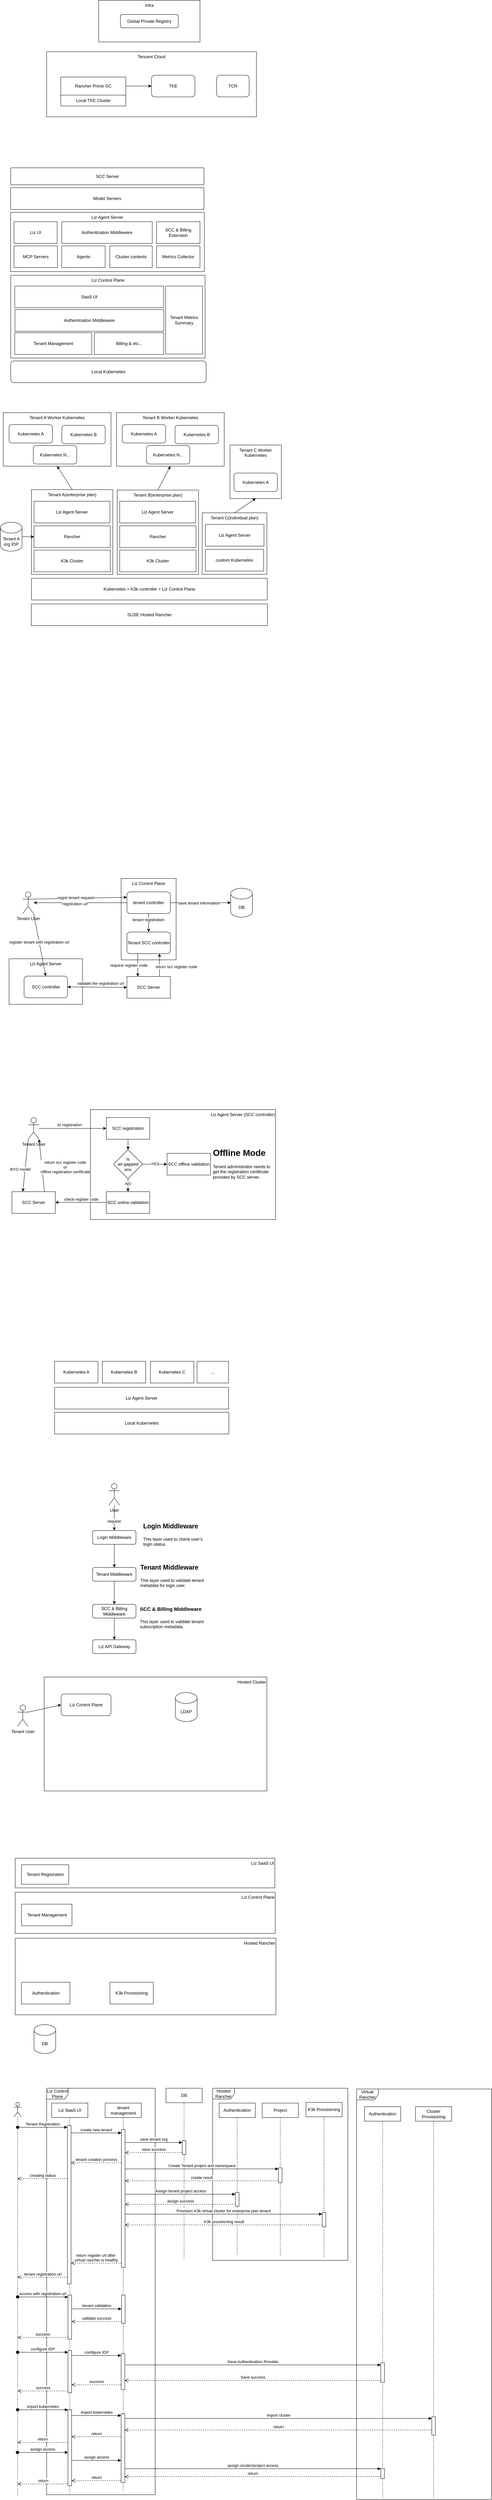
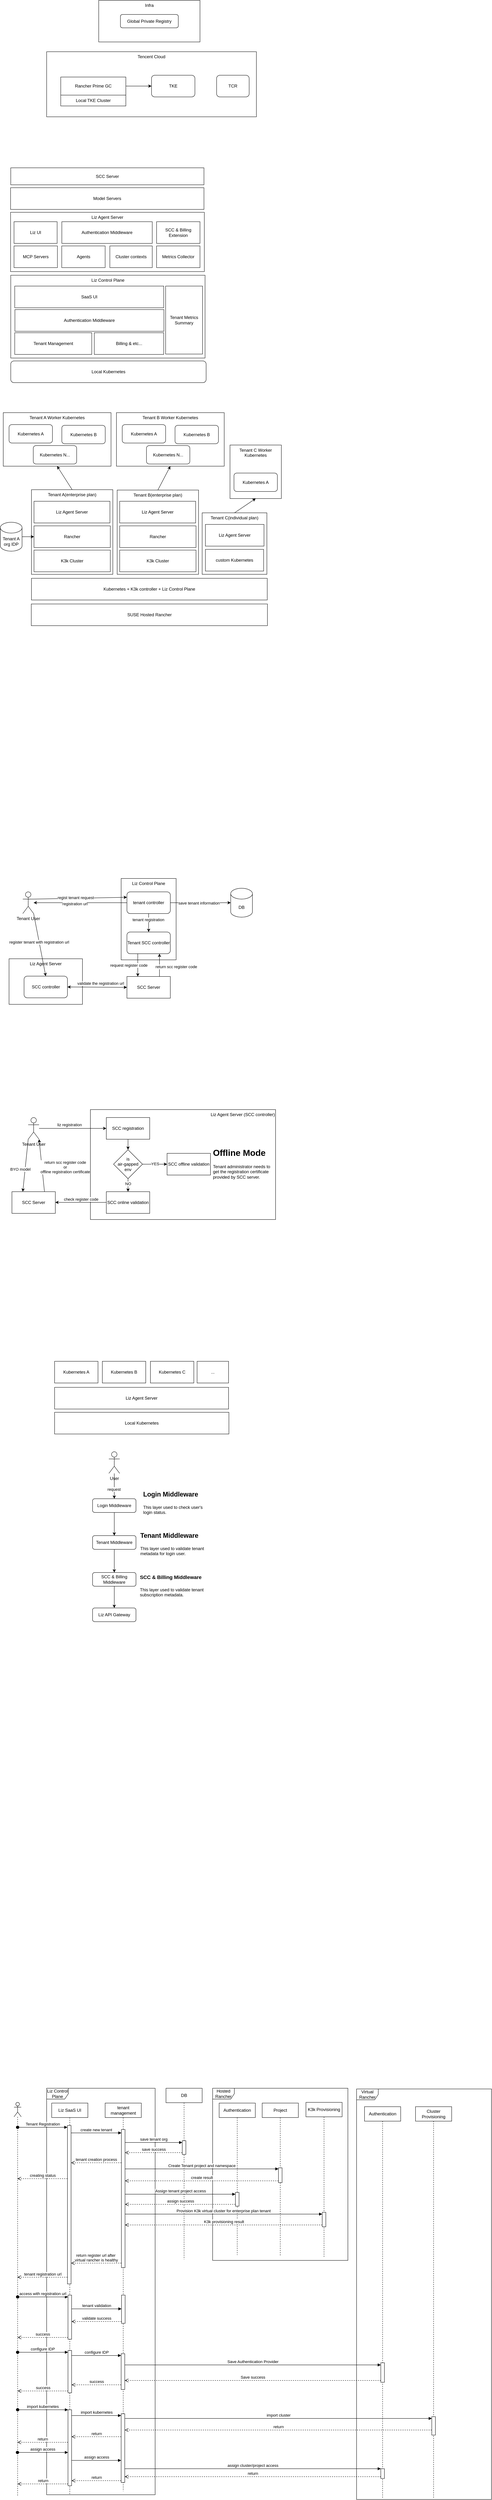
<mxfile host="app.diagrams.net">
  <diagram name="第 1 页" id="-o6fkq58jc32N0mm90GY">
    <mxGraphModel dx="1629" dy="993" grid="0" gridSize="10" guides="1" tooltips="1" connect="1" arrows="1" fold="1" page="1" pageScale="1" pageWidth="827" pageHeight="1169" math="0" shadow="0">
      <root>
        <mxCell id="0" />
        <mxCell id="1" parent="0" />
        <mxCell id="UOzjFvlssb82cC_UnOf5-128" parent="1" style="rounded=0;whiteSpace=wrap;html=1;verticalAlign=top;align=right;" value="Liz Agent Server (SCC controller)" vertex="1">
          <mxGeometry height="304" width="512" x="261" y="3155" as="geometry" />
        </mxCell>
        <mxCell id="UOzjFvlssb82cC_UnOf5-105" parent="1" style="rounded=0;whiteSpace=wrap;html=1;verticalAlign=top;" value="Liz Control Plane" vertex="1">
          <mxGeometry height="225" width="152" x="346" y="2516" as="geometry" />
        </mxCell>
        <mxCell id="UOzjFvlssb82cC_UnOf5-2" parent="1" style="rounded=0;whiteSpace=wrap;html=1;verticalAlign=top;" value="Liz Control Plane" vertex="1">
          <mxGeometry height="229" width="537.25" x="40.75" y="848" as="geometry" />
        </mxCell>
        <mxCell id="UOzjFvlssb82cC_UnOf5-28" parent="1" style="rounded=0;whiteSpace=wrap;html=1;verticalAlign=top;" value="Tenant A Worker Kubernetes" vertex="1">
          <mxGeometry height="148" width="298" x="20" y="1228" as="geometry" />
        </mxCell>
        <mxCell id="HVzKjzn857pLYwHyIbN3-3" parent="1" style="rounded=0;whiteSpace=wrap;html=1;verticalAlign=top;" value="Tencent Cloud" vertex="1">
          <mxGeometry height="180" width="580" x="140" y="230" as="geometry" />
        </mxCell>
        <mxCell id="HVzKjzn857pLYwHyIbN3-6" parent="1" style="rounded=0;whiteSpace=wrap;html=1;verticalAlign=top;" value="Infra" vertex="1">
          <mxGeometry height="115" width="280" x="284" y="88" as="geometry" />
        </mxCell>
        <mxCell id="HVzKjzn857pLYwHyIbN3-1" parent="1" style="rounded=0;whiteSpace=wrap;html=1;" value="Rancher Prime GC" vertex="1">
          <mxGeometry height="50" width="180" x="179" y="300" as="geometry" />
        </mxCell>
        <mxCell id="HVzKjzn857pLYwHyIbN3-2" parent="1" style="rounded=1;whiteSpace=wrap;html=1;" value="Global Private Registry" vertex="1">
          <mxGeometry height="37" width="160" x="344" y="127" as="geometry" />
        </mxCell>
        <mxCell id="HVzKjzn857pLYwHyIbN3-4" parent="1" style="rounded=1;whiteSpace=wrap;html=1;" value="TKE" vertex="1">
          <mxGeometry height="60" width="120" x="430" y="295" as="geometry" />
        </mxCell>
        <mxCell id="HVzKjzn857pLYwHyIbN3-5" parent="1" style="rounded=1;whiteSpace=wrap;html=1;" value="TCR" vertex="1">
          <mxGeometry height="60" width="90" x="610" y="295" as="geometry" />
        </mxCell>
        <mxCell id="HVzKjzn857pLYwHyIbN3-7" parent="1" style="rounded=0;whiteSpace=wrap;html=1;" value="Local TKE Cluster" vertex="1">
          <mxGeometry height="30" width="180" x="179" y="350" as="geometry" />
        </mxCell>
        <mxCell id="HVzKjzn857pLYwHyIbN3-10" edge="1" parent="1" source="HVzKjzn857pLYwHyIbN3-1" style="endArrow=classic;html=1;rounded=0;exitX=1;exitY=0.5;exitDx=0;exitDy=0;entryX=0;entryY=0.5;entryDx=0;entryDy=0;" target="HVzKjzn857pLYwHyIbN3-4" value="">
          <mxGeometry height="50" relative="1" width="50" as="geometry">
            <mxPoint x="320" y="330" as="sourcePoint" />
            <mxPoint x="370" y="280" as="targetPoint" />
          </mxGeometry>
        </mxCell>
        <mxCell id="UOzjFvlssb82cC_UnOf5-1" parent="1" style="rounded=0;whiteSpace=wrap;html=1;" value="SaaS UI" vertex="1">
          <mxGeometry height="60" width="412" x="51.75" y="878" as="geometry" />
        </mxCell>
        <mxCell id="UOzjFvlssb82cC_UnOf5-3" parent="1" style="rounded=0;whiteSpace=wrap;html=1;" value="Authentication Middleware" vertex="1">
          <mxGeometry height="60" width="412" x="52.25" y="943" as="geometry" />
        </mxCell>
        <mxCell id="UOzjFvlssb82cC_UnOf5-4" parent="1" style="rounded=1;whiteSpace=wrap;html=1;" value="Local Kubernetes" vertex="1">
          <mxGeometry height="60" width="540.25" x="40.75" y="1085" as="geometry" />
        </mxCell>
        <mxCell id="UOzjFvlssb82cC_UnOf5-13" parent="1" style="rounded=0;whiteSpace=wrap;html=1;" value="SUSE Hosted Rancher" vertex="1">
          <mxGeometry height="60" width="653" x="97.5" y="1757" as="geometry" />
        </mxCell>
        <mxCell id="UOzjFvlssb82cC_UnOf5-14" parent="1" style="rounded=0;whiteSpace=wrap;html=1;" value="Kubernetes + K3k controller + Liz Control Plane" vertex="1">
          <mxGeometry height="60" width="652" x="98" y="1686" as="geometry" />
        </mxCell>
        <mxCell id="UOzjFvlssb82cC_UnOf5-15" parent="1" style="rounded=0;whiteSpace=wrap;html=1;verticalAlign=top;" value="Tenant A(enterprise plan)" vertex="1">
          <mxGeometry height="234" width="225" x="98" y="1441" as="geometry" />
        </mxCell>
        <mxCell id="UOzjFvlssb82cC_UnOf5-16" parent="1" style="rounded=0;whiteSpace=wrap;html=1;" value="K3k Cluster" vertex="1">
          <mxGeometry height="60" width="211" x="105" y="1608" as="geometry" />
        </mxCell>
        <mxCell id="UOzjFvlssb82cC_UnOf5-17" parent="1" style="rounded=0;whiteSpace=wrap;html=1;" value="Rancher" vertex="1">
          <mxGeometry height="60" width="211" x="105" y="1541" as="geometry" />
        </mxCell>
        <mxCell id="UOzjFvlssb82cC_UnOf5-18" parent="1" style="rounded=0;whiteSpace=wrap;html=1;verticalAlign=top;" value="Tenant B(enterprise plan)" vertex="1">
          <mxGeometry height="233" width="225" x="335" y="1442" as="geometry" />
        </mxCell>
        <mxCell id="UOzjFvlssb82cC_UnOf5-19" parent="1" style="rounded=0;whiteSpace=wrap;html=1;" value="K3k Cluster" vertex="1">
          <mxGeometry height="60" width="211" x="342" y="1608" as="geometry" />
        </mxCell>
        <mxCell id="UOzjFvlssb82cC_UnOf5-20" parent="1" style="rounded=0;whiteSpace=wrap;html=1;" value="Rancher" vertex="1">
          <mxGeometry height="60" width="211" x="342" y="1541" as="geometry" />
        </mxCell>
        <mxCell id="UOzjFvlssb82cC_UnOf5-21" parent="1" style="rounded=0;whiteSpace=wrap;html=1;verticalAlign=top;" value="Tenant C(individual plan)" vertex="1">
          <mxGeometry height="170" width="179" x="570" y="1505" as="geometry" />
        </mxCell>
        <mxCell id="UOzjFvlssb82cC_UnOf5-22" parent="1" style="rounded=0;whiteSpace=wrap;html=1;" value="Liz Agent Server" vertex="1">
          <mxGeometry height="60" width="210" x="105" y="1473" as="geometry" />
        </mxCell>
        <mxCell id="UOzjFvlssb82cC_UnOf5-23" parent="1" style="rounded=0;whiteSpace=wrap;html=1;" value="Liz Agent Server" vertex="1">
          <mxGeometry height="60" width="210" x="342" y="1473" as="geometry" />
        </mxCell>
        <mxCell id="UOzjFvlssb82cC_UnOf5-24" parent="1" style="rounded=0;whiteSpace=wrap;html=1;" value="custom Kubernetes" vertex="1">
          <mxGeometry height="60" width="161" x="579" y="1606" as="geometry" />
        </mxCell>
        <mxCell id="UOzjFvlssb82cC_UnOf5-25" parent="1" style="rounded=0;whiteSpace=wrap;html=1;" value="Liz Agent Server" vertex="1">
          <mxGeometry height="60" width="162" x="579" y="1537" as="geometry" />
        </mxCell>
        <mxCell id="UOzjFvlssb82cC_UnOf5-26" parent="1" style="rounded=1;whiteSpace=wrap;html=1;" value="Kubernetes A" vertex="1">
          <mxGeometry height="51" width="120" x="36" y="1261" as="geometry" />
        </mxCell>
        <mxCell id="UOzjFvlssb82cC_UnOf5-27" parent="1" style="rounded=1;whiteSpace=wrap;html=1;" value="Kubernetes B" vertex="1">
          <mxGeometry height="51" width="120" x="182" y="1263" as="geometry" />
        </mxCell>
        <mxCell id="UOzjFvlssb82cC_UnOf5-29" parent="1" style="rounded=1;whiteSpace=wrap;html=1;" value="Kubernetes N..." vertex="1">
          <mxGeometry height="51" width="120" x="103" y="1319" as="geometry" />
        </mxCell>
        <mxCell id="UOzjFvlssb82cC_UnOf5-30" parent="1" style="rounded=0;whiteSpace=wrap;html=1;verticalAlign=top;" value="Tenant B Worker Kubernetes" vertex="1">
          <mxGeometry height="148" width="298" x="333" y="1228" as="geometry" />
        </mxCell>
        <mxCell id="UOzjFvlssb82cC_UnOf5-31" parent="1" style="rounded=1;whiteSpace=wrap;html=1;" value="Kubernetes A" vertex="1">
          <mxGeometry height="51" width="120" x="349" y="1261" as="geometry" />
        </mxCell>
        <mxCell id="UOzjFvlssb82cC_UnOf5-32" parent="1" style="rounded=1;whiteSpace=wrap;html=1;" value="Kubernetes B" vertex="1">
          <mxGeometry height="51" width="120" x="495" y="1263" as="geometry" />
        </mxCell>
        <mxCell id="UOzjFvlssb82cC_UnOf5-33" parent="1" style="rounded=1;whiteSpace=wrap;html=1;" value="Kubernetes N..." vertex="1">
          <mxGeometry height="51" width="120" x="416" y="1319" as="geometry" />
        </mxCell>
        <mxCell id="UOzjFvlssb82cC_UnOf5-34" parent="1" style="rounded=0;whiteSpace=wrap;html=1;verticalAlign=top;" value="Tenant C Worker Kubernetes" vertex="1">
          <mxGeometry height="148" width="142" x="647" y="1317.5" as="geometry" />
        </mxCell>
        <mxCell id="UOzjFvlssb82cC_UnOf5-35" parent="1" style="rounded=1;whiteSpace=wrap;html=1;" value="Kubernetes A" vertex="1">
          <mxGeometry height="51" width="120" x="658" y="1395" as="geometry" />
        </mxCell>
        <mxCell id="UOzjFvlssb82cC_UnOf5-36" parent="1" style="shape=cylinder3;whiteSpace=wrap;html=1;boundedLbl=1;backgroundOutline=1;size=15;" value="Tenant A org IDP" vertex="1">
          <mxGeometry height="80" width="60" x="12" y="1531" as="geometry" />
        </mxCell>
        <mxCell id="UOzjFvlssb82cC_UnOf5-37" edge="1" parent="1" source="UOzjFvlssb82cC_UnOf5-36" style="endArrow=classic;html=1;rounded=0;exitX=1;exitY=0.5;exitDx=0;exitDy=0;exitPerimeter=0;entryX=0;entryY=0.5;entryDx=0;entryDy=0;" target="UOzjFvlssb82cC_UnOf5-17" value="">
          <mxGeometry height="50" relative="1" width="50" as="geometry">
            <mxPoint x="84" y="1510" as="sourcePoint" />
            <mxPoint x="134" y="1460" as="targetPoint" />
          </mxGeometry>
        </mxCell>
        <mxCell id="UOzjFvlssb82cC_UnOf5-38" edge="1" parent="1" source="UOzjFvlssb82cC_UnOf5-15" style="endArrow=classic;html=1;rounded=0;exitX=0.5;exitY=0;exitDx=0;exitDy=0;entryX=0.5;entryY=1;entryDx=0;entryDy=0;" target="UOzjFvlssb82cC_UnOf5-28" value="">
          <mxGeometry height="50" relative="1" width="50" as="geometry">
            <mxPoint x="28" y="1479" as="sourcePoint" />
            <mxPoint x="78" y="1429" as="targetPoint" />
          </mxGeometry>
        </mxCell>
        <mxCell id="UOzjFvlssb82cC_UnOf5-39" edge="1" parent="1" source="UOzjFvlssb82cC_UnOf5-18" style="endArrow=classic;html=1;rounded=0;exitX=0.5;exitY=0;exitDx=0;exitDy=0;entryX=0.5;entryY=1;entryDx=0;entryDy=0;" target="UOzjFvlssb82cC_UnOf5-30" value="">
          <mxGeometry height="50" relative="1" width="50" as="geometry">
            <mxPoint x="444" y="1428" as="sourcePoint" />
            <mxPoint x="494" y="1378" as="targetPoint" />
          </mxGeometry>
        </mxCell>
        <mxCell id="UOzjFvlssb82cC_UnOf5-40" edge="1" parent="1" source="UOzjFvlssb82cC_UnOf5-21" style="endArrow=classic;html=1;rounded=0;exitX=0.5;exitY=0;exitDx=0;exitDy=0;entryX=0.5;entryY=1;entryDx=0;entryDy=0;" target="UOzjFvlssb82cC_UnOf5-34" value="">
          <mxGeometry height="50" relative="1" width="50" as="geometry">
            <mxPoint x="797" y="1561" as="sourcePoint" />
            <mxPoint x="847" y="1511" as="targetPoint" />
          </mxGeometry>
        </mxCell>
        <mxCell id="UOzjFvlssb82cC_UnOf5-45" parent="1" style="rounded=0;whiteSpace=wrap;html=1;" value="Tenant Management" vertex="1">
          <mxGeometry height="60" width="213" x="51.75" y="1007" as="geometry" />
        </mxCell>
        <mxCell id="UOzjFvlssb82cC_UnOf5-46" parent="1" style="rounded=0;whiteSpace=wrap;html=1;" value="Billing &amp;amp; etc..." vertex="1">
          <mxGeometry height="60" width="192" x="271.75" y="1007" as="geometry" />
        </mxCell>
        <mxCell id="UOzjFvlssb82cC_UnOf5-47" parent="1" style="rounded=0;whiteSpace=wrap;html=1;verticalAlign=top;" value="Liz Agent Server" vertex="1">
          <mxGeometry height="164" width="535.75" x="40.25" y="674" as="geometry" />
        </mxCell>
        <mxCell id="UOzjFvlssb82cC_UnOf5-48" parent="1" style="rounded=0;whiteSpace=wrap;html=1;" value="MCP Servers" vertex="1">
          <mxGeometry height="60" width="120" x="49.75" y="767" as="geometry" />
        </mxCell>
        <mxCell id="UOzjFvlssb82cC_UnOf5-49" parent="1" style="rounded=0;whiteSpace=wrap;html=1;" value="Agents" vertex="1">
          <mxGeometry height="60" width="120" x="181.75" y="767" as="geometry" />
        </mxCell>
        <mxCell id="UOzjFvlssb82cC_UnOf5-50" parent="1" style="rounded=0;whiteSpace=wrap;html=1;" value="Cluster contexts" vertex="1">
          <mxGeometry height="60" width="117.25" x="314.75" y="767" as="geometry" />
        </mxCell>
        <mxCell id="UOzjFvlssb82cC_UnOf5-51" parent="1" style="rounded=0;whiteSpace=wrap;html=1;" value="Model Servers" vertex="1">
          <mxGeometry height="60" width="534.75" x="40.25" y="606" as="geometry" />
        </mxCell>
        <mxCell id="UOzjFvlssb82cC_UnOf5-52" parent="1" style="rounded=0;whiteSpace=wrap;html=1;" value="Local Kubernetes" vertex="1">
          <mxGeometry height="60" width="482" x="162" y="3992" as="geometry" />
        </mxCell>
        <mxCell id="UOzjFvlssb82cC_UnOf5-54" parent="1" style="rounded=0;whiteSpace=wrap;html=1;" value="Liz Agent Server" vertex="1">
          <mxGeometry height="60" width="481" x="162" y="3923" as="geometry" />
        </mxCell>
        <mxCell id="UOzjFvlssb82cC_UnOf5-56" parent="1" style="rounded=0;whiteSpace=wrap;html=1;" value="Kubernetes A" vertex="1">
          <mxGeometry height="60" width="120" x="162" y="3851" as="geometry" />
        </mxCell>
        <mxCell id="UOzjFvlssb82cC_UnOf5-57" parent="1" style="rounded=0;whiteSpace=wrap;html=1;" value="Kubernetes B" vertex="1">
          <mxGeometry height="60" width="120" x="294" y="3851" as="geometry" />
        </mxCell>
        <mxCell id="UOzjFvlssb82cC_UnOf5-58" parent="1" style="rounded=0;whiteSpace=wrap;html=1;" value="Kubernetes C" vertex="1">
          <mxGeometry height="60" width="120" x="427" y="3851" as="geometry" />
        </mxCell>
        <mxCell id="UOzjFvlssb82cC_UnOf5-59" parent="1" style="rounded=0;whiteSpace=wrap;html=1;" value="..." vertex="1">
          <mxGeometry height="60" width="87" x="556" y="3851" as="geometry" />
        </mxCell>
        <mxCell id="UOzjFvlssb82cC_UnOf5-61" parent="1" style="shape=umlActor;verticalLabelPosition=bottom;verticalAlign=top;html=1;outlineConnect=0;" value="Tenant User" vertex="1">
          <mxGeometry height="60" width="30" x="74" y="2553" as="geometry" />
        </mxCell>
        <mxCell id="UOzjFvlssb82cC_UnOf5-63" parent="1" style="rounded=1;whiteSpace=wrap;html=1;" value="tenant controller" vertex="1">
          <mxGeometry height="60" width="120" x="362" y="2553" as="geometry" />
        </mxCell>
        <mxCell id="UOzjFvlssb82cC_UnOf5-64" parent="1" style="shape=cylinder3;whiteSpace=wrap;html=1;boundedLbl=1;backgroundOutline=1;size=15;" value="DB" vertex="1">
          <mxGeometry height="80" width="60" x="649" y="2543" as="geometry" />
        </mxCell>
        <mxCell id="UOzjFvlssb82cC_UnOf5-66" edge="1" parent="1" source="UOzjFvlssb82cC_UnOf5-61" style="endArrow=classic;html=1;rounded=0;exitX=1;exitY=0.3333333333333333;exitDx=0;exitDy=0;exitPerimeter=0;entryX=0;entryY=0.25;entryDx=0;entryDy=0;" target="UOzjFvlssb82cC_UnOf5-63" value="">
          <mxGeometry height="50" relative="1" width="50" as="geometry">
            <mxPoint x="136" y="2549" as="sourcePoint" />
            <mxPoint x="198" y="2568" as="targetPoint" />
          </mxGeometry>
        </mxCell>
        <mxCell id="UOzjFvlssb82cC_UnOf5-67" connectable="0" parent="UOzjFvlssb82cC_UnOf5-66" style="edgeLabel;html=1;align=center;verticalAlign=middle;resizable=0;points=[];" value="regist tenant request" vertex="1">
          <mxGeometry relative="1" x="-0.3372" y="3" as="geometry">
            <mxPoint x="30" as="offset" />
          </mxGeometry>
        </mxCell>
        <mxCell id="UOzjFvlssb82cC_UnOf5-69" edge="1" parent="1" source="UOzjFvlssb82cC_UnOf5-63" style="endArrow=classic;html=1;rounded=0;exitX=1;exitY=0.5;exitDx=0;exitDy=0;entryX=0;entryY=0.5;entryDx=0;entryDy=0;entryPerimeter=0;" target="UOzjFvlssb82cC_UnOf5-64" value="">
          <mxGeometry height="50" relative="1" width="50" as="geometry">
            <mxPoint x="608" y="2580" as="sourcePoint" />
            <mxPoint x="658" y="2530" as="targetPoint" />
          </mxGeometry>
        </mxCell>
        <mxCell id="UOzjFvlssb82cC_UnOf5-70" connectable="0" parent="UOzjFvlssb82cC_UnOf5-69" style="edgeLabel;html=1;align=center;verticalAlign=middle;resizable=0;points=[];" value="save tenant information" vertex="1">
          <mxGeometry relative="1" x="-0.2062" y="-1" as="geometry">
            <mxPoint x="12" as="offset" />
          </mxGeometry>
        </mxCell>
        <mxCell id="UOzjFvlssb82cC_UnOf5-76" edge="1" parent="1" source="UOzjFvlssb82cC_UnOf5-63" style="endArrow=classic;html=1;rounded=0;exitX=0;exitY=0.5;exitDx=0;exitDy=0;" target="UOzjFvlssb82cC_UnOf5-61" value="">
          <mxGeometry height="50" relative="1" width="50" as="geometry">
            <mxPoint x="198" y="2598" as="sourcePoint" />
            <mxPoint x="128" y="2681" as="targetPoint" />
          </mxGeometry>
        </mxCell>
        <mxCell id="UOzjFvlssb82cC_UnOf5-77" connectable="0" parent="UOzjFvlssb82cC_UnOf5-76" style="edgeLabel;html=1;align=center;verticalAlign=middle;resizable=0;points=[];" value="registration url" vertex="1">
          <mxGeometry relative="1" x="0.2269" y="2" as="geometry">
            <mxPoint x="14" y="1" as="offset" />
          </mxGeometry>
        </mxCell>
        <mxCell id="UOzjFvlssb82cC_UnOf5-78" parent="1" style="rounded=0;whiteSpace=wrap;html=1;verticalAlign=middle;" value="SCC Server" vertex="1">
          <mxGeometry height="47" width="534.25" x="40.75" y="551" as="geometry" />
        </mxCell>
        <mxCell id="UOzjFvlssb82cC_UnOf5-80" parent="1" style="rounded=0;whiteSpace=wrap;html=1;" value="Metrics Collector" vertex="1">
          <mxGeometry height="60" width="120" x="444" y="767" as="geometry" />
        </mxCell>
        <mxCell id="UOzjFvlssb82cC_UnOf5-81" parent="1" style="rounded=0;whiteSpace=wrap;html=1;" value="Tenant Metrics Summary" vertex="1">
          <mxGeometry height="188" width="102" x="469" y="878" as="geometry" />
        </mxCell>
        <mxCell id="UOzjFvlssb82cC_UnOf5-82" parent="1" style="rounded=0;whiteSpace=wrap;html=1;" value="Liz UI" vertex="1">
          <mxGeometry height="60" width="119.25" x="49.75" y="700" as="geometry" />
        </mxCell>
        <mxCell id="UOzjFvlssb82cC_UnOf5-83" parent="1" style="rounded=0;whiteSpace=wrap;html=1;" value="SCC &amp;amp; Billing Extension" vertex="1">
          <mxGeometry height="60" width="120" x="444" y="700" as="geometry" />
        </mxCell>
        <mxCell id="UOzjFvlssb82cC_UnOf5-85" parent="1" style="rounded=1;whiteSpace=wrap;html=1;" value="Tenant SCC controller" vertex="1">
          <mxGeometry height="60" width="120" x="362" y="2664" as="geometry" />
        </mxCell>
        <mxCell id="UOzjFvlssb82cC_UnOf5-86" edge="1" parent="1" source="UOzjFvlssb82cC_UnOf5-63" style="endArrow=classic;html=1;rounded=0;exitX=0.5;exitY=1;exitDx=0;exitDy=0;entryX=0.5;entryY=0;entryDx=0;entryDy=0;" target="UOzjFvlssb82cC_UnOf5-85" value="">
          <mxGeometry height="50" relative="1" width="50" as="geometry">
            <mxPoint x="523" y="2675" as="sourcePoint" />
            <mxPoint x="573" y="2625" as="targetPoint" />
          </mxGeometry>
        </mxCell>
        <mxCell id="UOzjFvlssb82cC_UnOf5-87" connectable="0" parent="UOzjFvlssb82cC_UnOf5-86" style="edgeLabel;html=1;align=center;verticalAlign=middle;resizable=0;points=[];" value="tenant registration" vertex="1">
          <mxGeometry relative="1" x="-0.3333" y="-1" as="geometry">
            <mxPoint as="offset" />
          </mxGeometry>
        </mxCell>
        <mxCell id="UOzjFvlssb82cC_UnOf5-88" parent="1" style="rounded=0;whiteSpace=wrap;html=1;" value="SCC Server" vertex="1">
          <mxGeometry height="60" width="120" x="362" y="2787" as="geometry" />
        </mxCell>
        <mxCell id="UOzjFvlssb82cC_UnOf5-89" edge="1" parent="1" source="UOzjFvlssb82cC_UnOf5-85" style="endArrow=classic;html=1;rounded=0;exitX=0.25;exitY=1;exitDx=0;exitDy=0;entryX=0.25;entryY=0;entryDx=0;entryDy=0;" target="UOzjFvlssb82cC_UnOf5-88" value="">
          <mxGeometry height="50" relative="1" width="50" as="geometry">
            <mxPoint x="516" y="2754" as="sourcePoint" />
            <mxPoint x="566" y="2704" as="targetPoint" />
          </mxGeometry>
        </mxCell>
        <mxCell id="UOzjFvlssb82cC_UnOf5-90" connectable="0" parent="UOzjFvlssb82cC_UnOf5-89" style="edgeLabel;html=1;align=center;verticalAlign=middle;resizable=0;points=[];" value="request register code" vertex="1">
          <mxGeometry relative="1" x="-0.2698" y="-1" as="geometry">
            <mxPoint x="-24" y="9" as="offset" />
          </mxGeometry>
        </mxCell>
        <mxCell id="UOzjFvlssb82cC_UnOf5-91" edge="1" parent="1" source="UOzjFvlssb82cC_UnOf5-88" style="endArrow=classic;html=1;rounded=0;exitX=0.75;exitY=0;exitDx=0;exitDy=0;entryX=0.75;entryY=1;entryDx=0;entryDy=0;" target="UOzjFvlssb82cC_UnOf5-85" value="">
          <mxGeometry height="50" relative="1" width="50" as="geometry">
            <mxPoint x="524" y="2781" as="sourcePoint" />
            <mxPoint x="574" y="2731" as="targetPoint" />
          </mxGeometry>
        </mxCell>
        <mxCell id="UOzjFvlssb82cC_UnOf5-92" connectable="0" parent="UOzjFvlssb82cC_UnOf5-91" style="edgeLabel;html=1;align=center;verticalAlign=middle;resizable=0;points=[];" value="return scc register code" vertex="1">
          <mxGeometry relative="1" x="-0.2381" y="-1" as="geometry">
            <mxPoint x="45" y="-3" as="offset" />
          </mxGeometry>
        </mxCell>
        <mxCell id="UOzjFvlssb82cC_UnOf5-102" edge="1" parent="1" source="UOzjFvlssb82cC_UnOf5-93" style="edgeStyle=orthogonalEdgeStyle;rounded=0;orthogonalLoop=1;jettySize=auto;html=1;entryX=0;entryY=0.5;entryDx=0;entryDy=0;" target="UOzjFvlssb82cC_UnOf5-104" value="">
          <mxGeometry relative="1" as="geometry">
            <mxPoint x="260" y="3207" as="targetPoint" />
          </mxGeometry>
        </mxCell>
        <mxCell id="UOzjFvlssb82cC_UnOf5-103" connectable="0" parent="UOzjFvlssb82cC_UnOf5-102" style="edgeLabel;html=1;align=center;verticalAlign=middle;resizable=0;points=[];" value="liz registration" vertex="1">
          <mxGeometry relative="1" x="-0.2547" y="-2" as="geometry">
            <mxPoint x="14" y="-12" as="offset" />
          </mxGeometry>
        </mxCell>
        <mxCell id="UOzjFvlssb82cC_UnOf5-93" parent="1" style="shape=umlActor;verticalLabelPosition=bottom;verticalAlign=top;html=1;outlineConnect=0;" value="Tenant User" vertex="1">
          <mxGeometry height="60" width="30" x="89" y="3177" as="geometry" />
        </mxCell>
        <mxCell id="UOzjFvlssb82cC_UnOf5-95" parent="1" style="rounded=0;whiteSpace=wrap;html=1;" value="SCC Server" vertex="1">
          <mxGeometry height="60" width="120" x="44" y="3382" as="geometry" />
        </mxCell>
        <mxCell id="UOzjFvlssb82cC_UnOf5-97" edge="1" parent="1" source="UOzjFvlssb82cC_UnOf5-93" style="endArrow=classic;html=1;rounded=0;exitX=0;exitY=1;exitDx=0;exitDy=0;exitPerimeter=0;entryX=0.25;entryY=0;entryDx=0;entryDy=0;" target="UOzjFvlssb82cC_UnOf5-95" value="">
          <mxGeometry height="50" relative="1" width="50" as="geometry">
            <mxPoint x="58" y="3332" as="sourcePoint" />
            <mxPoint x="108" y="3282" as="targetPoint" />
          </mxGeometry>
        </mxCell>
        <mxCell id="UOzjFvlssb82cC_UnOf5-98" connectable="0" parent="UOzjFvlssb82cC_UnOf5-97" style="edgeLabel;html=1;align=center;verticalAlign=middle;resizable=0;points=[];" value="BYO model" vertex="1">
          <mxGeometry relative="1" x="0.2041" y="-1" as="geometry">
            <mxPoint x="-12" y="-5" as="offset" />
          </mxGeometry>
        </mxCell>
        <mxCell id="UOzjFvlssb82cC_UnOf5-99" edge="1" parent="1" source="UOzjFvlssb82cC_UnOf5-95" style="endArrow=classic;html=1;rounded=0;exitX=0.75;exitY=0;exitDx=0;exitDy=0;entryX=1;entryY=1;entryDx=0;entryDy=0;entryPerimeter=0;" target="UOzjFvlssb82cC_UnOf5-93" value="">
          <mxGeometry height="50" relative="1" width="50" as="geometry">
            <mxPoint x="162" y="3352" as="sourcePoint" />
            <mxPoint x="212" y="3302" as="targetPoint" />
          </mxGeometry>
        </mxCell>
        <mxCell id="UOzjFvlssb82cC_UnOf5-100" connectable="0" parent="UOzjFvlssb82cC_UnOf5-99" style="edgeLabel;html=1;align=center;verticalAlign=middle;resizable=0;points=[];" value="return scc register code&lt;div&gt;or&lt;/div&gt;&lt;div&gt;offline registration certificate&lt;/div&gt;" vertex="1">
          <mxGeometry relative="1" x="0.1033" as="geometry">
            <mxPoint x="65" y="12" as="offset" />
          </mxGeometry>
        </mxCell>
        <mxCell id="UOzjFvlssb82cC_UnOf5-116" edge="1" parent="1" source="UOzjFvlssb82cC_UnOf5-104" style="edgeStyle=orthogonalEdgeStyle;rounded=0;orthogonalLoop=1;jettySize=auto;html=1;" target="UOzjFvlssb82cC_UnOf5-115" value="">
          <mxGeometry relative="1" as="geometry" />
        </mxCell>
        <mxCell id="UOzjFvlssb82cC_UnOf5-104" parent="1" style="rounded=0;whiteSpace=wrap;html=1;" value="SCC registration" vertex="1">
          <mxGeometry height="60" width="120" x="305" y="3177" as="geometry" />
        </mxCell>
        <mxCell id="UOzjFvlssb82cC_UnOf5-106" parent="1" style="rounded=0;whiteSpace=wrap;html=1;verticalAlign=top;" value="Liz Agent Server" vertex="1">
          <mxGeometry height="126" width="203" x="36" y="2738" as="geometry" />
        </mxCell>
        <mxCell id="UOzjFvlssb82cC_UnOf5-108" parent="1" style="rounded=1;whiteSpace=wrap;html=1;" value="SCC controller" vertex="1">
          <mxGeometry height="60" width="120" x="77.5" y="2786" as="geometry" />
        </mxCell>
        <mxCell id="UOzjFvlssb82cC_UnOf5-109" edge="1" parent="1" source="UOzjFvlssb82cC_UnOf5-61" style="endArrow=classic;html=1;rounded=0;exitX=1;exitY=1;exitDx=0;exitDy=0;exitPerimeter=0;entryX=0.5;entryY=0;entryDx=0;entryDy=0;" target="UOzjFvlssb82cC_UnOf5-108" value="">
          <mxGeometry height="50" relative="1" width="50" as="geometry">
            <mxPoint x="131" y="2702" as="sourcePoint" />
            <mxPoint x="181" y="2652" as="targetPoint" />
          </mxGeometry>
        </mxCell>
        <mxCell id="UOzjFvlssb82cC_UnOf5-110" connectable="0" parent="UOzjFvlssb82cC_UnOf5-109" style="edgeLabel;html=1;align=center;verticalAlign=middle;resizable=0;points=[];" value="register tenant with registration url" vertex="1">
          <mxGeometry relative="1" x="0.1109" y="-2" as="geometry">
            <mxPoint x="-2" y="-18" as="offset" />
          </mxGeometry>
        </mxCell>
        <mxCell id="UOzjFvlssb82cC_UnOf5-112" edge="1" parent="1" source="UOzjFvlssb82cC_UnOf5-108" style="endArrow=classic;startArrow=classic;html=1;rounded=0;exitX=1;exitY=0.5;exitDx=0;exitDy=0;entryX=0;entryY=0.5;entryDx=0;entryDy=0;" target="UOzjFvlssb82cC_UnOf5-88" value="">
          <mxGeometry height="50" relative="1" width="50" as="geometry">
            <mxPoint x="284" y="2828" as="sourcePoint" />
            <mxPoint x="334" y="2778" as="targetPoint" />
          </mxGeometry>
        </mxCell>
        <mxCell id="UOzjFvlssb82cC_UnOf5-113" connectable="0" parent="UOzjFvlssb82cC_UnOf5-112" style="edgeLabel;html=1;align=center;verticalAlign=middle;resizable=0;points=[];" value="validate the registration url" vertex="1">
          <mxGeometry relative="1" x="-0.0627" y="1" as="geometry">
            <mxPoint x="14" y="-10" as="offset" />
          </mxGeometry>
        </mxCell>
        <mxCell id="UOzjFvlssb82cC_UnOf5-120" edge="1" parent="1" source="UOzjFvlssb82cC_UnOf5-115" style="edgeStyle=orthogonalEdgeStyle;rounded=0;orthogonalLoop=1;jettySize=auto;html=1;" target="UOzjFvlssb82cC_UnOf5-119" value="">
          <mxGeometry relative="1" as="geometry" />
        </mxCell>
        <mxCell id="UOzjFvlssb82cC_UnOf5-121" connectable="0" parent="UOzjFvlssb82cC_UnOf5-120" style="edgeLabel;html=1;align=center;verticalAlign=middle;resizable=0;points=[];" value="NO" vertex="1">
          <mxGeometry relative="1" x="-0.3727" as="geometry">
            <mxPoint as="offset" />
          </mxGeometry>
        </mxCell>
        <mxCell id="UOzjFvlssb82cC_UnOf5-125" edge="1" parent="1" source="UOzjFvlssb82cC_UnOf5-115" style="edgeStyle=orthogonalEdgeStyle;rounded=0;orthogonalLoop=1;jettySize=auto;html=1;" target="UOzjFvlssb82cC_UnOf5-124" value="">
          <mxGeometry relative="1" as="geometry" />
        </mxCell>
        <mxCell id="UOzjFvlssb82cC_UnOf5-126" connectable="0" parent="UOzjFvlssb82cC_UnOf5-125" style="edgeLabel;html=1;align=center;verticalAlign=middle;resizable=0;points=[];" value="YES" vertex="1">
          <mxGeometry relative="1" x="0.0118" y="1" as="geometry">
            <mxPoint as="offset" />
          </mxGeometry>
        </mxCell>
        <mxCell id="UOzjFvlssb82cC_UnOf5-115" parent="1" style="rhombus;whiteSpace=wrap;html=1;" value="is&lt;div&gt;air-gapped&lt;/div&gt;&lt;div&gt;env&lt;/div&gt;" vertex="1">
          <mxGeometry height="80" width="80" x="325" y="3266" as="geometry" />
        </mxCell>
        <mxCell id="UOzjFvlssb82cC_UnOf5-119" parent="1" style="rounded=0;whiteSpace=wrap;html=1;" value="SCC online validation" vertex="1">
          <mxGeometry height="60" width="120" x="305" y="3382" as="geometry" />
        </mxCell>
        <mxCell id="UOzjFvlssb82cC_UnOf5-122" edge="1" parent="1" style="endArrow=classic;html=1;rounded=0;exitX=0;exitY=0.25;exitDx=0;exitDy=0;entryX=1;entryY=0.25;entryDx=0;entryDy=0;" value="">
          <mxGeometry height="50" relative="1" width="50" as="geometry">
            <mxPoint x="305" y="3411.6" as="sourcePoint" />
            <mxPoint x="164" y="3411.6" as="targetPoint" />
          </mxGeometry>
        </mxCell>
        <mxCell id="UOzjFvlssb82cC_UnOf5-123" connectable="0" parent="UOzjFvlssb82cC_UnOf5-122" style="edgeLabel;html=1;align=center;verticalAlign=middle;resizable=0;points=[];" value="check register code" vertex="1">
          <mxGeometry relative="1" x="0.1688" y="1" as="geometry">
            <mxPoint x="12" y="-10" as="offset" />
          </mxGeometry>
        </mxCell>
        <mxCell id="UOzjFvlssb82cC_UnOf5-124" parent="1" style="rounded=0;whiteSpace=wrap;html=1;" value="SCC offline validation" vertex="1">
          <mxGeometry height="60" width="120" x="473" y="3276" as="geometry" />
        </mxCell>
        <mxCell id="UOzjFvlssb82cC_UnOf5-127" parent="1" style="text;html=1;whiteSpace=wrap;overflow=hidden;rounded=0;" value="&lt;h1 style=&quot;margin-top: 0px;&quot;&gt;Offline Mode&lt;/h1&gt;&lt;p&gt;Tenant administrator needs to get the registration certificate provided by SCC server.&lt;/p&gt;" vertex="1">
          <mxGeometry height="120" width="180" x="598" y="3254" as="geometry" />
        </mxCell>
        <mxCell id="UOzjFvlssb82cC_UnOf5-129" parent="1" style="rounded=0;whiteSpace=wrap;html=1;" value="Authentication Middleware" vertex="1">
          <mxGeometry height="60" width="250" x="182" y="700" as="geometry" />
        </mxCell>
        <mxCell id="UOzjFvlssb82cC_UnOf5-137" edge="1" parent="1" source="UOzjFvlssb82cC_UnOf5-130" style="edgeStyle=orthogonalEdgeStyle;rounded=0;orthogonalLoop=1;jettySize=auto;html=1;" target="UOzjFvlssb82cC_UnOf5-132" value="">
          <mxGeometry relative="1" as="geometry" />
        </mxCell>
        <mxCell id="UOzjFvlssb82cC_UnOf5-130" parent="1" style="rounded=1;whiteSpace=wrap;html=1;" value="Login Middleware" vertex="1">
-           <mxGeometry height="38" width="120" x="267" y="4319" as="geometry" />
+           <mxGeometry height="38" width="120" x="267" y="4231" as="geometry" />
        </mxCell>
        <mxCell id="UOzjFvlssb82cC_UnOf5-134" edge="1" parent="1" source="UOzjFvlssb82cC_UnOf5-131" style="edgeStyle=orthogonalEdgeStyle;rounded=0;orthogonalLoop=1;jettySize=auto;html=1;" target="UOzjFvlssb82cC_UnOf5-130" value="">
          <mxGeometry relative="1" as="geometry" />
        </mxCell>
        <mxCell id="UOzjFvlssb82cC_UnOf5-135" connectable="0" parent="UOzjFvlssb82cC_UnOf5-134" style="edgeLabel;html=1;align=center;verticalAlign=middle;resizable=0;points=[];" value="request" vertex="1">
          <mxGeometry relative="1" x="0.2459" y="-1" as="geometry">
            <mxPoint as="offset" />
          </mxGeometry>
        </mxCell>
        <mxCell id="UOzjFvlssb82cC_UnOf5-131" parent="1" style="shape=umlActor;verticalLabelPosition=bottom;verticalAlign=top;html=1;outlineConnect=0;" value="User" vertex="1">
-           <mxGeometry height="60" width="30" x="312" y="4189" as="geometry" />
+           <mxGeometry height="60" width="30" x="312" y="4101" as="geometry" />
        </mxCell>
        <mxCell id="UOzjFvlssb82cC_UnOf5-138" edge="1" parent="1" source="UOzjFvlssb82cC_UnOf5-132" style="edgeStyle=orthogonalEdgeStyle;rounded=0;orthogonalLoop=1;jettySize=auto;html=1;" target="UOzjFvlssb82cC_UnOf5-133" value="">
          <mxGeometry relative="1" as="geometry" />
        </mxCell>
        <mxCell id="UOzjFvlssb82cC_UnOf5-132" parent="1" style="rounded=1;whiteSpace=wrap;html=1;" value="Tenant Middleware" vertex="1">
-           <mxGeometry height="38" width="120" x="267" y="4421" as="geometry" />
+           <mxGeometry height="38" width="120" x="267" y="4333" as="geometry" />
        </mxCell>
        <mxCell id="UOzjFvlssb82cC_UnOf5-143" edge="1" parent="1" source="UOzjFvlssb82cC_UnOf5-133" style="edgeStyle=orthogonalEdgeStyle;rounded=0;orthogonalLoop=1;jettySize=auto;html=1;" target="UOzjFvlssb82cC_UnOf5-142" value="">
          <mxGeometry relative="1" as="geometry" />
        </mxCell>
        <mxCell id="UOzjFvlssb82cC_UnOf5-133" parent="1" style="rounded=1;whiteSpace=wrap;html=1;" value="SCC &amp;amp; Billing Middleware" vertex="1">
-           <mxGeometry height="38" width="120" x="267" y="4523" as="geometry" />
+           <mxGeometry height="38" width="120" x="267" y="4435" as="geometry" />
        </mxCell>
        <mxCell id="UOzjFvlssb82cC_UnOf5-139" parent="1" style="text;html=1;whiteSpace=wrap;overflow=hidden;rounded=0;" value="&lt;h1 style=&quot;margin-top: 0px;&quot;&gt;&lt;font style=&quot;font-size: 18px;&quot;&gt;Login Middleware&lt;/font&gt;&lt;/h1&gt;&lt;p&gt;This layer used to check user&#39;s login status.&lt;/p&gt;" vertex="1">
-           <mxGeometry height="94" width="180" x="405" y="4284" as="geometry" />
+           <mxGeometry height="94" width="180" x="405" y="4196" as="geometry" />
        </mxCell>
        <mxCell id="UOzjFvlssb82cC_UnOf5-140" parent="1" style="text;html=1;whiteSpace=wrap;overflow=hidden;rounded=0;" value="&lt;h1 style=&quot;margin-top: 0px;&quot;&gt;&lt;font style=&quot;font-size: 18px;&quot;&gt;Tenant Middleware&lt;/font&gt;&lt;/h1&gt;&lt;p&gt;This layer used to validate tenant metadata for login user.&lt;/p&gt;" vertex="1">
-           <mxGeometry height="94" width="180" x="397" y="4398" as="geometry" />
+           <mxGeometry height="94" width="180" x="397" y="4310" as="geometry" />
        </mxCell>
        <mxCell id="UOzjFvlssb82cC_UnOf5-141" parent="1" style="text;html=1;whiteSpace=wrap;overflow=hidden;rounded=0;" value="&lt;h1 style=&quot;margin-top: 0px;&quot;&gt;&lt;font style=&quot;font-size: 14px;&quot;&gt;SCC &amp;amp; Billing Middleware&lt;/font&gt;&lt;/h1&gt;&lt;p&gt;This layer used to validate tenant subscription metadata.&lt;/p&gt;" vertex="1">
-           <mxGeometry height="94" width="180" x="396" y="4512" as="geometry" />
+           <mxGeometry height="94" width="180" x="396" y="4424" as="geometry" />
        </mxCell>
        <mxCell id="UOzjFvlssb82cC_UnOf5-142" parent="1" style="rounded=1;whiteSpace=wrap;html=1;" value="Liz API Gateway" vertex="1">
-           <mxGeometry height="38" width="120" x="267" y="4621" as="geometry" />
-         </mxCell>
-         <mxCell id="949HH_Kco8W6Jzlgtd_R-1" parent="1" style="rounded=0;whiteSpace=wrap;html=1;verticalAlign=top;align=right;" value="Hosted Cluster" vertex="1">
-           <mxGeometry height="315" width="616" x="133" y="4724" as="geometry" />
-         </mxCell>
-         <mxCell id="949HH_Kco8W6Jzlgtd_R-2" parent="1" style="shape=umlActor;verticalLabelPosition=bottom;verticalAlign=top;html=1;outlineConnect=0;" value="Tenant User" vertex="1">
-           <mxGeometry height="60" width="30" x="59" y="4801" as="geometry" />
-         </mxCell>
-         <mxCell id="949HH_Kco8W6Jzlgtd_R-3" parent="1" style="rounded=1;whiteSpace=wrap;html=1;" value="Liz Control Plane" vertex="1">
-           <mxGeometry height="60" width="138" x="180" y="4771" as="geometry" />
-         </mxCell>
-         <mxCell id="949HH_Kco8W6Jzlgtd_R-4" edge="1" parent="1" source="949HH_Kco8W6Jzlgtd_R-2" style="endArrow=classic;html=1;rounded=0;exitX=1;exitY=0.3333333333333333;exitDx=0;exitDy=0;exitPerimeter=0;entryX=0;entryY=0.5;entryDx=0;entryDy=0;" target="949HH_Kco8W6Jzlgtd_R-3" value="">
-           <mxGeometry height="50" relative="1" width="50" as="geometry">
-             <mxPoint x="147" y="4842" as="sourcePoint" />
-             <mxPoint x="197" y="4792" as="targetPoint" />
-           </mxGeometry>
-         </mxCell>
-         <mxCell id="949HH_Kco8W6Jzlgtd_R-5" parent="1" style="shape=cylinder3;whiteSpace=wrap;html=1;boundedLbl=1;backgroundOutline=1;size=15;" value="LDAP" vertex="1">
-           <mxGeometry height="80" width="60" x="496" y="4767" as="geometry" />
-         </mxCell>
-         <mxCell id="949HH_Kco8W6Jzlgtd_R-6" parent="1" style="rounded=0;whiteSpace=wrap;html=1;verticalAlign=top;align=right;" value="Hosted Rancher" vertex="1">
-           <mxGeometry height="212" width="721" x="53" y="5446" as="geometry" />
-         </mxCell>
-         <mxCell id="949HH_Kco8W6Jzlgtd_R-7" parent="1" style="rounded=0;whiteSpace=wrap;html=1;verticalAlign=top;align=right;" value="Liz Control Plane" vertex="1">
-           <mxGeometry height="114" width="719" x="53" y="5319" as="geometry" />
-         </mxCell>
-         <mxCell id="949HH_Kco8W6Jzlgtd_R-8" parent="1" style="rounded=0;whiteSpace=wrap;html=1;" value="Authentication" vertex="1">
-           <mxGeometry height="60" width="134" x="70.5" y="5568" as="geometry" />
-         </mxCell>
-         <mxCell id="949HH_Kco8W6Jzlgtd_R-9" parent="1" style="shape=cylinder3;whiteSpace=wrap;html=1;boundedLbl=1;backgroundOutline=1;size=15;" value="DB" vertex="1">
-           <mxGeometry height="80" width="60" x="105" y="5685" as="geometry" />
-         </mxCell>
-         <mxCell id="949HH_Kco8W6Jzlgtd_R-10" parent="1" style="rounded=0;whiteSpace=wrap;html=1;" value="K3k Provisioning" vertex="1">
-           <mxGeometry height="60" width="120" x="315" y="5568" as="geometry" />
-         </mxCell>
-         <mxCell id="949HH_Kco8W6Jzlgtd_R-11" parent="1" style="rounded=0;whiteSpace=wrap;html=1;" value="Tenant Management" vertex="1">
-           <mxGeometry height="60" width="139.5" x="70.5" y="5352" as="geometry" />
-         </mxCell>
-         <mxCell id="949HH_Kco8W6Jzlgtd_R-12" parent="1" style="rounded=0;whiteSpace=wrap;html=1;verticalAlign=top;align=right;" value="Liz SaaS UI" vertex="1">
-           <mxGeometry height="82" width="718" x="53" y="5225" as="geometry" />
-         </mxCell>
-         <mxCell id="949HH_Kco8W6Jzlgtd_R-13" parent="1" style="rounded=0;whiteSpace=wrap;html=1;" value="Tenant Registration" vertex="1">
-           <mxGeometry height="54" width="130.5" x="70.5" y="5243" as="geometry" />
+           <mxGeometry height="38" width="120" x="267" y="4533" as="geometry" />
        </mxCell>
        <mxCell id="949HH_Kco8W6Jzlgtd_R-15" parent="1" style="shape=umlLifeline;perimeter=lifelinePerimeter;whiteSpace=wrap;html=1;container=1;dropTarget=0;collapsible=0;recursiveResize=0;outlineConnect=0;portConstraint=eastwest;newEdgeStyle={&quot;curved&quot;:0,&quot;rounded&quot;:0};participant=umlActor;" value="" vertex="1">
          <mxGeometry height="1089" width="20" x="49.75" y="5900" as="geometry" />
        </mxCell>
        <mxCell id="949HH_Kco8W6Jzlgtd_R-16" parent="1" style="shape=umlLifeline;perimeter=lifelinePerimeter;whiteSpace=wrap;html=1;container=1;dropTarget=0;collapsible=0;recursiveResize=0;outlineConnect=0;portConstraint=eastwest;newEdgeStyle={&quot;curved&quot;:0,&quot;rounded&quot;:0};" value="Liz SaaS UI" vertex="1">
          <mxGeometry height="1081" width="100" x="154" y="5902" as="geometry" />
        </mxCell>
        <mxCell id="949HH_Kco8W6Jzlgtd_R-66" parent="949HH_Kco8W6Jzlgtd_R-16" style="html=1;points=[[0,0,0,0,5],[0,1,0,0,-5],[1,0,0,0,5],[1,1,0,0,-5]];perimeter=orthogonalPerimeter;outlineConnect=0;targetShapes=umlLifeline;portConstraint=eastwest;newEdgeStyle={&quot;curved&quot;:0,&quot;rounded&quot;:0};" value="" vertex="1">
          <mxGeometry height="210" width="10" x="45" y="848" as="geometry" />
        </mxCell>
        <mxCell id="949HH_Kco8W6Jzlgtd_R-17" parent="1" style="shape=umlFrame;whiteSpace=wrap;html=1;pointerEvents=0;" value="Liz Control Plane" vertex="1">
          <mxGeometry height="1124" width="300" x="140" y="5861" as="geometry" />
        </mxCell>
        <mxCell id="949HH_Kco8W6Jzlgtd_R-18" parent="1" style="shape=umlLifeline;perimeter=lifelinePerimeter;whiteSpace=wrap;html=1;container=1;dropTarget=0;collapsible=0;recursiveResize=0;outlineConnect=0;portConstraint=eastwest;newEdgeStyle={&quot;curved&quot;:0,&quot;rounded&quot;:0};" value="tenant management" vertex="1">
          <mxGeometry height="1073" width="100" x="301.75" y="5902" as="geometry" />
        </mxCell>
        <mxCell id="949HH_Kco8W6Jzlgtd_R-26" parent="949HH_Kco8W6Jzlgtd_R-18" style="html=1;points=[[0,0,0,0,5],[0,1,0,0,-5],[1,0,0,0,5],[1,1,0,0,-5]];perimeter=orthogonalPerimeter;outlineConnect=0;targetShapes=umlLifeline;portConstraint=eastwest;newEdgeStyle={&quot;curved&quot;:0,&quot;rounded&quot;:0};" value="" vertex="1">
          <mxGeometry height="382" width="10" x="45" y="73" as="geometry" />
        </mxCell>
        <mxCell id="949HH_Kco8W6Jzlgtd_R-51" parent="949HH_Kco8W6Jzlgtd_R-18" style="html=1;points=[[0,0,0,0,5],[0,1,0,0,-5],[1,0,0,0,5],[1,1,0,0,-5]];perimeter=orthogonalPerimeter;outlineConnect=0;targetShapes=umlLifeline;portConstraint=eastwest;newEdgeStyle={&quot;curved&quot;:0,&quot;rounded&quot;:0};" value="" vertex="1">
          <mxGeometry height="78" width="10" x="45.25" y="531" as="geometry" />
        </mxCell>
        <mxCell id="949HH_Kco8W6Jzlgtd_R-60" parent="949HH_Kco8W6Jzlgtd_R-18" style="html=1;points=[[0,0,0,0,5],[0,1,0,0,-5],[1,0,0,0,5],[1,1,0,0,-5]];perimeter=orthogonalPerimeter;outlineConnect=0;targetShapes=umlLifeline;portConstraint=eastwest;newEdgeStyle={&quot;curved&quot;:0,&quot;rounded&quot;:0};" value="" vertex="1">
          <mxGeometry height="99" width="10" x="44.25" y="693" as="geometry" />
        </mxCell>
        <mxCell id="949HH_Kco8W6Jzlgtd_R-68" parent="949HH_Kco8W6Jzlgtd_R-18" style="html=1;points=[[0,0,0,0,5],[0,1,0,0,-5],[1,0,0,0,5],[1,1,0,0,-5]];perimeter=orthogonalPerimeter;outlineConnect=0;targetShapes=umlLifeline;portConstraint=eastwest;newEdgeStyle={&quot;curved&quot;:0,&quot;rounded&quot;:0};" value="" vertex="1">
          <mxGeometry height="190" width="10" x="44.25" y="859" as="geometry" />
        </mxCell>
        <mxCell id="949HH_Kco8W6Jzlgtd_R-19" parent="1" style="shape=umlFrame;whiteSpace=wrap;html=1;pointerEvents=0;" value="Hosted Rancher" vertex="1">
          <mxGeometry height="476" width="374" x="599" y="5861" as="geometry" />
        </mxCell>
        <mxCell id="949HH_Kco8W6Jzlgtd_R-20" parent="1" style="shape=umlLifeline;perimeter=lifelinePerimeter;whiteSpace=wrap;html=1;container=1;dropTarget=0;collapsible=0;recursiveResize=0;outlineConnect=0;portConstraint=eastwest;newEdgeStyle={&quot;curved&quot;:0,&quot;rounded&quot;:0};" value="Authentication" vertex="1">
          <mxGeometry height="420" width="100" x="617" y="5902" as="geometry" />
        </mxCell>
        <mxCell id="949HH_Kco8W6Jzlgtd_R-36" parent="949HH_Kco8W6Jzlgtd_R-20" style="html=1;points=[[0,0,0,0,5],[0,1,0,0,-5],[1,0,0,0,5],[1,1,0,0,-5]];perimeter=orthogonalPerimeter;outlineConnect=0;targetShapes=umlLifeline;portConstraint=eastwest;newEdgeStyle={&quot;curved&quot;:0,&quot;rounded&quot;:0};" value="" vertex="1">
          <mxGeometry height="38" width="10" x="45" y="247" as="geometry" />
        </mxCell>
        <mxCell id="949HH_Kco8W6Jzlgtd_R-21" parent="1" style="shape=umlLifeline;perimeter=lifelinePerimeter;whiteSpace=wrap;html=1;container=1;dropTarget=0;collapsible=0;recursiveResize=0;outlineConnect=0;portConstraint=eastwest;newEdgeStyle={&quot;curved&quot;:0,&quot;rounded&quot;:0};" value="K3k Provisioning" vertex="1">
          <mxGeometry height="427" width="100" x="857" y="5900" as="geometry" />
        </mxCell>
        <mxCell id="949HH_Kco8W6Jzlgtd_R-39" parent="949HH_Kco8W6Jzlgtd_R-21" style="html=1;points=[[0,0,0,0,5],[0,1,0,0,-5],[1,0,0,0,5],[1,1,0,0,-5]];perimeter=orthogonalPerimeter;outlineConnect=0;targetShapes=umlLifeline;portConstraint=eastwest;newEdgeStyle={&quot;curved&quot;:0,&quot;rounded&quot;:0};" value="" vertex="1">
          <mxGeometry height="40" width="10" x="45" y="304" as="geometry" />
        </mxCell>
        <mxCell id="949HH_Kco8W6Jzlgtd_R-22" parent="1" style="html=1;points=[[0,0,0,0,5],[0,1,0,0,-5],[1,0,0,0,5],[1,1,0,0,-5]];perimeter=orthogonalPerimeter;outlineConnect=0;targetShapes=umlLifeline;portConstraint=eastwest;newEdgeStyle={&quot;curved&quot;:0,&quot;rounded&quot;:0};" value="" vertex="1">
          <mxGeometry height="438" width="10" x="197.5" y="5964" as="geometry" />
        </mxCell>
        <mxCell id="949HH_Kco8W6Jzlgtd_R-23" edge="1" parent="1" source="949HH_Kco8W6Jzlgtd_R-15" style="html=1;verticalAlign=bottom;startArrow=oval;endArrow=block;startSize=8;curved=0;rounded=0;entryX=0;entryY=0;entryDx=0;entryDy=5;" target="949HH_Kco8W6Jzlgtd_R-22" value="Tenant Registration">
          <mxGeometry relative="1" as="geometry">
            <mxPoint x="128" y="6013" as="sourcePoint" />
          </mxGeometry>
        </mxCell>
        <mxCell id="949HH_Kco8W6Jzlgtd_R-24" parent="1" style="shape=umlLifeline;perimeter=lifelinePerimeter;whiteSpace=wrap;html=1;container=1;dropTarget=0;collapsible=0;recursiveResize=0;outlineConnect=0;portConstraint=eastwest;newEdgeStyle={&quot;curved&quot;:0,&quot;rounded&quot;:0};" value="DB" vertex="1">
          <mxGeometry height="473" width="100" x="470" y="5861" as="geometry" />
        </mxCell>
        <mxCell id="949HH_Kco8W6Jzlgtd_R-28" parent="949HH_Kco8W6Jzlgtd_R-24" style="html=1;points=[[0,0,0,0,5],[0,1,0,0,-5],[1,0,0,0,5],[1,1,0,0,-5]];perimeter=orthogonalPerimeter;outlineConnect=0;targetShapes=umlLifeline;portConstraint=eastwest;newEdgeStyle={&quot;curved&quot;:0,&quot;rounded&quot;:0};" value="" vertex="1">
          <mxGeometry height="38" width="10" x="45" y="145" as="geometry" />
        </mxCell>
        <mxCell id="949HH_Kco8W6Jzlgtd_R-25" parent="1" style="shape=umlLifeline;perimeter=lifelinePerimeter;whiteSpace=wrap;html=1;container=1;dropTarget=0;collapsible=0;recursiveResize=0;outlineConnect=0;portConstraint=eastwest;newEdgeStyle={&quot;curved&quot;:0,&quot;rounded&quot;:0};" value="Project" vertex="1">
          <mxGeometry height="421" width="100" x="736" y="5902" as="geometry" />
        </mxCell>
        <mxCell id="949HH_Kco8W6Jzlgtd_R-33" parent="949HH_Kco8W6Jzlgtd_R-25" style="html=1;points=[[0,0,0,0,5],[0,1,0,0,-5],[1,0,0,0,5],[1,1,0,0,-5]];perimeter=orthogonalPerimeter;outlineConnect=0;targetShapes=umlLifeline;portConstraint=eastwest;newEdgeStyle={&quot;curved&quot;:0,&quot;rounded&quot;:0};" value="" vertex="1">
          <mxGeometry height="41" width="10" x="45" y="179" as="geometry" />
        </mxCell>
        <mxCell id="949HH_Kco8W6Jzlgtd_R-27" edge="1" parent="1" style="html=1;verticalAlign=bottom;endArrow=block;curved=0;rounded=0;" value="create new tenant">
          <mxGeometry relative="1" width="80" as="geometry">
            <mxPoint x="207.5" y="5984.5" as="sourcePoint" />
            <mxPoint x="346.75" y="5984.5" as="targetPoint" />
          </mxGeometry>
        </mxCell>
        <mxCell id="949HH_Kco8W6Jzlgtd_R-29" edge="1" parent="1" source="949HH_Kco8W6Jzlgtd_R-26" style="html=1;verticalAlign=bottom;endArrow=block;curved=0;rounded=0;entryX=0;entryY=0;entryDx=0;entryDy=5;entryPerimeter=0;" target="949HH_Kco8W6Jzlgtd_R-28" value="save tenant org">
          <mxGeometry relative="1" width="80" as="geometry">
            <mxPoint x="357" y="6022" as="sourcePoint" />
            <mxPoint x="437" y="6022" as="targetPoint" />
          </mxGeometry>
        </mxCell>
        <mxCell id="949HH_Kco8W6Jzlgtd_R-31" edge="1" parent="1" source="949HH_Kco8W6Jzlgtd_R-28" style="html=1;verticalAlign=bottom;endArrow=open;dashed=1;endSize=8;curved=0;rounded=0;exitX=0;exitY=1;exitDx=0;exitDy=-5;exitPerimeter=0;" target="949HH_Kco8W6Jzlgtd_R-26" value="save success">
          <mxGeometry relative="1" as="geometry">
            <mxPoint x="490" y="6038" as="sourcePoint" />
            <mxPoint x="414" y="6038" as="targetPoint" />
          </mxGeometry>
        </mxCell>
        <mxCell id="949HH_Kco8W6Jzlgtd_R-34" edge="1" parent="1" style="html=1;verticalAlign=bottom;endArrow=block;curved=0;rounded=0;" value="Create Tenant project and namespace">
          <mxGeometry relative="1" width="80" as="geometry">
            <mxPoint x="356.75" y="6084" as="sourcePoint" />
            <mxPoint x="781" y="6084" as="targetPoint" />
          </mxGeometry>
        </mxCell>
        <mxCell id="949HH_Kco8W6Jzlgtd_R-35" edge="1" parent="1" source="949HH_Kco8W6Jzlgtd_R-33" style="html=1;verticalAlign=bottom;endArrow=open;dashed=1;endSize=8;curved=0;rounded=0;exitX=0;exitY=1;exitDx=0;exitDy=-5;exitPerimeter=0;" target="949HH_Kco8W6Jzlgtd_R-26" value="create result">
          <mxGeometry relative="1" as="geometry">
            <mxPoint x="659" y="6121" as="sourcePoint" />
            <mxPoint x="579" y="6121" as="targetPoint" />
          </mxGeometry>
        </mxCell>
        <mxCell id="949HH_Kco8W6Jzlgtd_R-37" edge="1" parent="1" source="949HH_Kco8W6Jzlgtd_R-26" style="html=1;verticalAlign=bottom;endArrow=block;curved=0;rounded=0;entryX=0;entryY=0;entryDx=0;entryDy=5;entryPerimeter=0;" target="949HH_Kco8W6Jzlgtd_R-36" value="Assign tenant project access">
          <mxGeometry relative="1" width="80" x="0.0025" as="geometry">
            <mxPoint as="offset" />
            <mxPoint x="395" y="6156" as="sourcePoint" />
            <mxPoint x="475" y="6156" as="targetPoint" />
          </mxGeometry>
        </mxCell>
        <mxCell id="949HH_Kco8W6Jzlgtd_R-38" edge="1" parent="1" source="949HH_Kco8W6Jzlgtd_R-36" style="html=1;verticalAlign=bottom;endArrow=open;dashed=1;endSize=8;curved=0;rounded=0;exitX=0;exitY=1;exitDx=0;exitDy=-5;exitPerimeter=0;" target="949HH_Kco8W6Jzlgtd_R-26" value="assign success">
          <mxGeometry relative="1" as="geometry">
            <mxPoint x="606" y="6187" as="sourcePoint" />
            <mxPoint x="526" y="6187" as="targetPoint" />
          </mxGeometry>
        </mxCell>
        <mxCell id="949HH_Kco8W6Jzlgtd_R-40" edge="1" parent="1" source="949HH_Kco8W6Jzlgtd_R-26" style="html=1;verticalAlign=bottom;endArrow=block;curved=0;rounded=0;entryX=0;entryY=0;entryDx=0;entryDy=5;entryPerimeter=0;" target="949HH_Kco8W6Jzlgtd_R-39" value="Provision K3k virtual cluster for enterprise plan tenant">
          <mxGeometry relative="1" width="80" as="geometry">
            <mxPoint x="414" y="6232" as="sourcePoint" />
            <mxPoint x="494" y="6232" as="targetPoint" />
          </mxGeometry>
        </mxCell>
        <mxCell id="949HH_Kco8W6Jzlgtd_R-41" edge="1" parent="1" source="949HH_Kco8W6Jzlgtd_R-39" style="html=1;verticalAlign=bottom;endArrow=open;dashed=1;endSize=8;curved=0;rounded=0;exitX=0;exitY=1;exitDx=0;exitDy=-5;exitPerimeter=0;" target="949HH_Kco8W6Jzlgtd_R-26" value="K3k provisioning result">
          <mxGeometry relative="1" as="geometry">
            <mxPoint x="549" y="6252" as="sourcePoint" />
            <mxPoint x="469" y="6252" as="targetPoint" />
          </mxGeometry>
        </mxCell>
        <mxCell id="949HH_Kco8W6Jzlgtd_R-42" edge="1" parent="1" style="html=1;verticalAlign=bottom;endArrow=open;dashed=1;endSize=8;curved=0;rounded=0;" value="tenant creation process">
          <mxGeometry relative="1" as="geometry">
            <mxPoint x="346.75" y="6067" as="sourcePoint" />
            <mxPoint x="207.5" y="6067" as="targetPoint" />
          </mxGeometry>
        </mxCell>
        <mxCell id="949HH_Kco8W6Jzlgtd_R-44" edge="1" parent="1" style="html=1;verticalAlign=bottom;endArrow=open;dashed=1;endSize=8;curved=0;rounded=0;" value="creating status">
          <mxGeometry relative="1" as="geometry">
            <mxPoint x="197.5" y="6111" as="sourcePoint" />
            <mxPoint x="59.25" y="6111" as="targetPoint" />
          </mxGeometry>
        </mxCell>
        <mxCell id="949HH_Kco8W6Jzlgtd_R-45" edge="1" parent="1" style="html=1;verticalAlign=bottom;endArrow=open;dashed=1;endSize=8;curved=0;rounded=0;" value="return register url after&amp;nbsp;&lt;div&gt;virtual rancher is healthy&lt;/div&gt;">
          <mxGeometry relative="1" as="geometry">
            <mxPoint x="346.75" y="6344.5" as="sourcePoint" />
            <mxPoint x="207.5" y="6344.5" as="targetPoint" />
          </mxGeometry>
        </mxCell>
        <mxCell id="949HH_Kco8W6Jzlgtd_R-46" edge="1" parent="1" style="html=1;verticalAlign=bottom;endArrow=open;dashed=1;endSize=8;curved=0;rounded=0;" value="tenant registration url">
          <mxGeometry relative="1" as="geometry">
            <mxPoint x="197.5" y="6383.5" as="sourcePoint" />
            <mxPoint x="59.25" y="6383.5" as="targetPoint" />
          </mxGeometry>
        </mxCell>
        <mxCell id="949HH_Kco8W6Jzlgtd_R-48" edge="1" parent="1" source="949HH_Kco8W6Jzlgtd_R-15" style="html=1;verticalAlign=bottom;startArrow=oval;startFill=1;endArrow=block;startSize=8;curved=0;rounded=0;entryX=0;entryY=0;entryDx=0;entryDy=5;entryPerimeter=0;" target="949HH_Kco8W6Jzlgtd_R-49" value="access with registration url">
          <mxGeometry relative="1" width="60" as="geometry">
            <mxPoint x="75" y="6442" as="sourcePoint" />
            <mxPoint x="127" y="6444" as="targetPoint" />
          </mxGeometry>
        </mxCell>
        <mxCell id="949HH_Kco8W6Jzlgtd_R-49" parent="1" style="html=1;points=[[0,0,0,0,5],[0,1,0,0,-5],[1,0,0,0,5],[1,1,0,0,-5]];perimeter=orthogonalPerimeter;outlineConnect=0;targetShapes=umlLifeline;portConstraint=eastwest;newEdgeStyle={&quot;curved&quot;:0,&quot;rounded&quot;:0};" value="" vertex="1">
          <mxGeometry height="122" width="10" x="199" y="6433" as="geometry" />
        </mxCell>
        <mxCell id="949HH_Kco8W6Jzlgtd_R-50" parent="1" style="shape=umlFrame;whiteSpace=wrap;html=1;pointerEvents=0;" value="Virtual Rancher" vertex="1">
          <mxGeometry height="1135" width="373" x="997" y="5863" as="geometry" />
        </mxCell>
        <mxCell id="949HH_Kco8W6Jzlgtd_R-52" parent="1" style="shape=umlLifeline;perimeter=lifelinePerimeter;whiteSpace=wrap;html=1;container=1;dropTarget=0;collapsible=0;recursiveResize=0;outlineConnect=0;portConstraint=eastwest;newEdgeStyle={&quot;curved&quot;:0,&quot;rounded&quot;:0};" value="Authentication" vertex="1">
          <mxGeometry height="1082" width="100" x="1019" y="5912" as="geometry" />
        </mxCell>
        <mxCell id="949HH_Kco8W6Jzlgtd_R-54" parent="949HH_Kco8W6Jzlgtd_R-52" style="html=1;points=[[0,0,0,0,5],[0,1,0,0,-5],[1,0,0,0,5],[1,1,0,0,-5]];perimeter=orthogonalPerimeter;outlineConnect=0;targetShapes=umlLifeline;portConstraint=eastwest;newEdgeStyle={&quot;curved&quot;:0,&quot;rounded&quot;:0};" value="" vertex="1">
          <mxGeometry height="54" width="10" x="45" y="708" as="geometry" />
        </mxCell>
        <mxCell id="949HH_Kco8W6Jzlgtd_R-78" parent="949HH_Kco8W6Jzlgtd_R-52" style="html=1;points=[[0,0,0,0,5],[0,1,0,0,-5],[1,0,0,0,5],[1,1,0,0,-5]];perimeter=orthogonalPerimeter;outlineConnect=0;targetShapes=umlLifeline;portConstraint=eastwest;newEdgeStyle={&quot;curved&quot;:0,&quot;rounded&quot;:0};" value="" vertex="1">
          <mxGeometry height="27" width="10" x="45" y="1001" as="geometry" />
        </mxCell>
        <mxCell id="949HH_Kco8W6Jzlgtd_R-53" parent="1" style="shape=umlLifeline;perimeter=lifelinePerimeter;whiteSpace=wrap;html=1;container=1;dropTarget=0;collapsible=0;recursiveResize=0;outlineConnect=0;portConstraint=eastwest;newEdgeStyle={&quot;curved&quot;:0,&quot;rounded&quot;:0};" value="Cluster Provisioning" vertex="1">
          <mxGeometry height="1083" width="100" x="1160" y="5912" as="geometry" />
        </mxCell>
        <mxCell id="949HH_Kco8W6Jzlgtd_R-70" parent="949HH_Kco8W6Jzlgtd_R-53" style="html=1;points=[[0,0,0,0,5],[0,1,0,0,-5],[1,0,0,0,5],[1,1,0,0,-5]];perimeter=orthogonalPerimeter;outlineConnect=0;targetShapes=umlLifeline;portConstraint=eastwest;newEdgeStyle={&quot;curved&quot;:0,&quot;rounded&quot;:0};" value="" vertex="1">
          <mxGeometry height="51" width="10" x="45" y="857" as="geometry" />
        </mxCell>
        <mxCell id="949HH_Kco8W6Jzlgtd_R-55" edge="1" parent="1" style="html=1;verticalAlign=bottom;endArrow=block;curved=0;rounded=0;" value="tenant validation">
          <mxGeometry relative="1" width="80" as="geometry">
            <mxPoint x="209" y="6471" as="sourcePoint" />
            <mxPoint x="347" y="6471" as="targetPoint" />
          </mxGeometry>
        </mxCell>
        <mxCell id="949HH_Kco8W6Jzlgtd_R-56" edge="1" parent="1" source="949HH_Kco8W6Jzlgtd_R-51" style="html=1;verticalAlign=bottom;endArrow=open;dashed=1;endSize=8;curved=0;rounded=0;exitX=0;exitY=1;exitDx=0;exitDy=-5;exitPerimeter=0;" target="949HH_Kco8W6Jzlgtd_R-49" value="validate success">
          <mxGeometry relative="1" as="geometry">
            <mxPoint x="320" y="6516" as="sourcePoint" />
            <mxPoint x="240" y="6516" as="targetPoint" />
          </mxGeometry>
        </mxCell>
        <mxCell id="949HH_Kco8W6Jzlgtd_R-57" edge="1" parent="1" source="949HH_Kco8W6Jzlgtd_R-49" style="html=1;verticalAlign=bottom;endArrow=open;dashed=1;endSize=8;curved=0;rounded=0;exitX=0;exitY=1;exitDx=0;exitDy=-5;exitPerimeter=0;" target="949HH_Kco8W6Jzlgtd_R-15" value="success">
          <mxGeometry relative="1" x="0.0018" as="geometry">
            <mxPoint as="offset" />
            <mxPoint x="173" y="6539" as="sourcePoint" />
            <mxPoint x="93" y="6539" as="targetPoint" />
          </mxGeometry>
        </mxCell>
        <mxCell id="949HH_Kco8W6Jzlgtd_R-58" parent="1" style="html=1;points=[[0,0,0,0,5],[0,1,0,0,-5],[1,0,0,0,5],[1,1,0,0,-5]];perimeter=orthogonalPerimeter;outlineConnect=0;targetShapes=umlLifeline;portConstraint=eastwest;newEdgeStyle={&quot;curved&quot;:0,&quot;rounded&quot;:0};" value="" vertex="1">
          <mxGeometry height="117" width="10" x="199" y="6586" as="geometry" />
        </mxCell>
        <mxCell id="949HH_Kco8W6Jzlgtd_R-59" edge="1" parent="1" source="949HH_Kco8W6Jzlgtd_R-15" style="html=1;verticalAlign=bottom;startArrow=oval;startFill=1;endArrow=block;startSize=8;curved=0;rounded=0;entryX=0;entryY=0;entryDx=0;entryDy=5;entryPerimeter=0;" target="949HH_Kco8W6Jzlgtd_R-58" value="configure IDP">
          <mxGeometry relative="1" width="60" as="geometry">
            <mxPoint x="78" y="6596" as="sourcePoint" />
            <mxPoint x="138" y="6596" as="targetPoint" />
          </mxGeometry>
        </mxCell>
        <mxCell id="949HH_Kco8W6Jzlgtd_R-61" edge="1" parent="1" source="949HH_Kco8W6Jzlgtd_R-58" style="html=1;verticalAlign=bottom;endArrow=block;curved=0;rounded=0;entryX=0;entryY=0;entryDx=0;entryDy=5;entryPerimeter=0;" target="949HH_Kco8W6Jzlgtd_R-60" value="configure IDP">
          <mxGeometry relative="1" width="80" as="geometry">
            <mxPoint x="216" y="6620" as="sourcePoint" />
            <mxPoint x="296" y="6620" as="targetPoint" />
          </mxGeometry>
        </mxCell>
        <mxCell id="949HH_Kco8W6Jzlgtd_R-62" edge="1" parent="1" style="html=1;verticalAlign=bottom;endArrow=block;curved=0;rounded=0;" value="Save Authentication Provider">
          <mxGeometry relative="1" width="80" as="geometry">
            <mxPoint x="356" y="6626" as="sourcePoint" />
            <mxPoint x="1064" y="6626" as="targetPoint" />
          </mxGeometry>
        </mxCell>
        <mxCell id="949HH_Kco8W6Jzlgtd_R-63" edge="1" parent="1" source="949HH_Kco8W6Jzlgtd_R-54" style="html=1;verticalAlign=bottom;endArrow=open;dashed=1;endSize=8;curved=0;rounded=0;exitX=0;exitY=1;exitDx=0;exitDy=-5;exitPerimeter=0;" target="949HH_Kco8W6Jzlgtd_R-60" value="Save success">
          <mxGeometry relative="1" as="geometry">
            <mxPoint x="937" y="6679" as="sourcePoint" />
            <mxPoint x="857" y="6679" as="targetPoint" />
          </mxGeometry>
        </mxCell>
        <mxCell id="949HH_Kco8W6Jzlgtd_R-64" edge="1" parent="1" style="html=1;verticalAlign=bottom;endArrow=open;dashed=1;endSize=8;curved=0;rounded=0;" value="success">
          <mxGeometry relative="1" as="geometry">
            <mxPoint x="346" y="6681" as="sourcePoint" />
            <mxPoint x="209" y="6681" as="targetPoint" />
          </mxGeometry>
        </mxCell>
        <mxCell id="949HH_Kco8W6Jzlgtd_R-65" edge="1" parent="1" source="949HH_Kco8W6Jzlgtd_R-58" style="html=1;verticalAlign=bottom;endArrow=open;dashed=1;endSize=8;curved=0;rounded=0;exitX=0;exitY=1;exitDx=0;exitDy=-5;exitPerimeter=0;" target="949HH_Kco8W6Jzlgtd_R-15" value="success">
          <mxGeometry relative="1" as="geometry">
            <mxPoint x="177" y="6701" as="sourcePoint" />
            <mxPoint x="97" y="6701" as="targetPoint" />
          </mxGeometry>
        </mxCell>
        <mxCell id="949HH_Kco8W6Jzlgtd_R-67" edge="1" parent="1" source="949HH_Kco8W6Jzlgtd_R-15" style="html=1;verticalAlign=bottom;startArrow=oval;startFill=1;endArrow=block;startSize=8;curved=0;rounded=0;" target="949HH_Kco8W6Jzlgtd_R-66" value="import kubernetes">
          <mxGeometry relative="1" width="60" as="geometry">
            <mxPoint x="73" y="6765" as="sourcePoint" />
            <mxPoint x="133" y="6765" as="targetPoint" />
          </mxGeometry>
        </mxCell>
        <mxCell id="949HH_Kco8W6Jzlgtd_R-69" edge="1" parent="1" source="949HH_Kco8W6Jzlgtd_R-66" style="html=1;verticalAlign=bottom;endArrow=block;curved=0;rounded=0;entryX=0;entryY=0;entryDx=0;entryDy=5;entryPerimeter=0;" target="949HH_Kco8W6Jzlgtd_R-68" value="import kubernetes">
          <mxGeometry relative="1" width="80" as="geometry">
            <mxPoint x="221" y="6779" as="sourcePoint" />
            <mxPoint x="301" y="6779" as="targetPoint" />
          </mxGeometry>
        </mxCell>
        <mxCell id="949HH_Kco8W6Jzlgtd_R-71" edge="1" parent="1" source="949HH_Kco8W6Jzlgtd_R-68" style="html=1;verticalAlign=bottom;endArrow=block;curved=0;rounded=0;entryX=0;entryY=0;entryDx=0;entryDy=5;entryPerimeter=0;" target="949HH_Kco8W6Jzlgtd_R-70" value="import cluster">
          <mxGeometry relative="1" width="80" as="geometry">
            <mxPoint x="405" y="6807" as="sourcePoint" />
            <mxPoint x="485" y="6807" as="targetPoint" />
          </mxGeometry>
        </mxCell>
        <mxCell id="949HH_Kco8W6Jzlgtd_R-72" edge="1" parent="1" style="html=1;verticalAlign=bottom;endArrow=open;dashed=1;endSize=8;curved=0;rounded=0;" target="949HH_Kco8W6Jzlgtd_R-68" value="return">
          <mxGeometry relative="1" as="geometry">
            <mxPoint x="1205" y="6806" as="sourcePoint" />
            <mxPoint x="608" y="6806" as="targetPoint" />
          </mxGeometry>
        </mxCell>
        <mxCell id="949HH_Kco8W6Jzlgtd_R-74" edge="1" parent="1" style="html=1;verticalAlign=bottom;endArrow=open;dashed=1;endSize=8;curved=0;rounded=0;" value="return">
          <mxGeometry relative="1" as="geometry">
            <mxPoint x="346" y="6824.5" as="sourcePoint" />
            <mxPoint x="209" y="6824.5" as="targetPoint" />
          </mxGeometry>
        </mxCell>
        <mxCell id="949HH_Kco8W6Jzlgtd_R-75" edge="1" parent="1" style="html=1;verticalAlign=bottom;endArrow=open;dashed=1;endSize=8;curved=0;rounded=0;" value="return">
          <mxGeometry relative="1" as="geometry">
            <mxPoint x="199" y="6840" as="sourcePoint" />
            <mxPoint x="59.25" y="6840" as="targetPoint" />
          </mxGeometry>
        </mxCell>
        <mxCell id="949HH_Kco8W6Jzlgtd_R-76" edge="1" parent="1" style="html=1;verticalAlign=bottom;startArrow=oval;startFill=1;endArrow=block;startSize=8;curved=0;rounded=0;" value="assign access">
          <mxGeometry relative="1" width="60" as="geometry">
            <mxPoint x="59.25" y="6868" as="sourcePoint" />
            <mxPoint x="199" y="6868" as="targetPoint" />
          </mxGeometry>
        </mxCell>
        <mxCell id="949HH_Kco8W6Jzlgtd_R-77" edge="1" parent="1" style="html=1;verticalAlign=bottom;endArrow=block;curved=0;rounded=0;" value="assign access">
          <mxGeometry relative="1" width="80" x="0.0073" as="geometry">
            <mxPoint as="offset" />
            <mxPoint x="209" y="6890" as="sourcePoint" />
            <mxPoint x="346" y="6890" as="targetPoint" />
          </mxGeometry>
        </mxCell>
        <mxCell id="949HH_Kco8W6Jzlgtd_R-79" edge="1" parent="1" source="949HH_Kco8W6Jzlgtd_R-68" style="html=1;verticalAlign=bottom;endArrow=block;curved=0;rounded=0;" target="949HH_Kco8W6Jzlgtd_R-78" value="assign cluster/project access">
          <mxGeometry relative="1" width="80" as="geometry">
            <mxPoint x="381" y="6911" as="sourcePoint" />
            <mxPoint x="461" y="6911" as="targetPoint" />
          </mxGeometry>
        </mxCell>
        <mxCell id="949HH_Kco8W6Jzlgtd_R-80" edge="1" parent="1" source="949HH_Kco8W6Jzlgtd_R-78" style="html=1;verticalAlign=bottom;endArrow=open;dashed=1;endSize=8;curved=0;rounded=0;exitX=0;exitY=1;exitDx=0;exitDy=-5;exitPerimeter=0;" target="949HH_Kco8W6Jzlgtd_R-68" value="return">
          <mxGeometry relative="1" as="geometry">
            <mxPoint x="877" y="6949" as="sourcePoint" />
            <mxPoint x="797" y="6949" as="targetPoint" />
          </mxGeometry>
        </mxCell>
        <mxCell id="949HH_Kco8W6Jzlgtd_R-81" edge="1" parent="1" source="949HH_Kco8W6Jzlgtd_R-68" style="html=1;verticalAlign=bottom;endArrow=open;dashed=1;endSize=8;curved=0;rounded=0;exitX=0;exitY=1;exitDx=0;exitDy=-5;exitPerimeter=0;" target="949HH_Kco8W6Jzlgtd_R-66" value="return">
          <mxGeometry relative="1" as="geometry">
            <mxPoint x="318" y="6948" as="sourcePoint" />
            <mxPoint x="238" y="6948" as="targetPoint" />
          </mxGeometry>
        </mxCell>
        <mxCell id="949HH_Kco8W6Jzlgtd_R-82" edge="1" parent="1" source="949HH_Kco8W6Jzlgtd_R-66" style="html=1;verticalAlign=bottom;endArrow=open;dashed=1;endSize=8;curved=0;rounded=0;exitX=0;exitY=1;exitDx=0;exitDy=-5;exitPerimeter=0;" target="949HH_Kco8W6Jzlgtd_R-15" value="return">
          <mxGeometry relative="1" as="geometry">
            <mxPoint x="167" y="6959" as="sourcePoint" />
            <mxPoint x="87" y="6959" as="targetPoint" />
          </mxGeometry>
        </mxCell>
      </root>
    </mxGraphModel>
  </diagram>
</mxfile>
